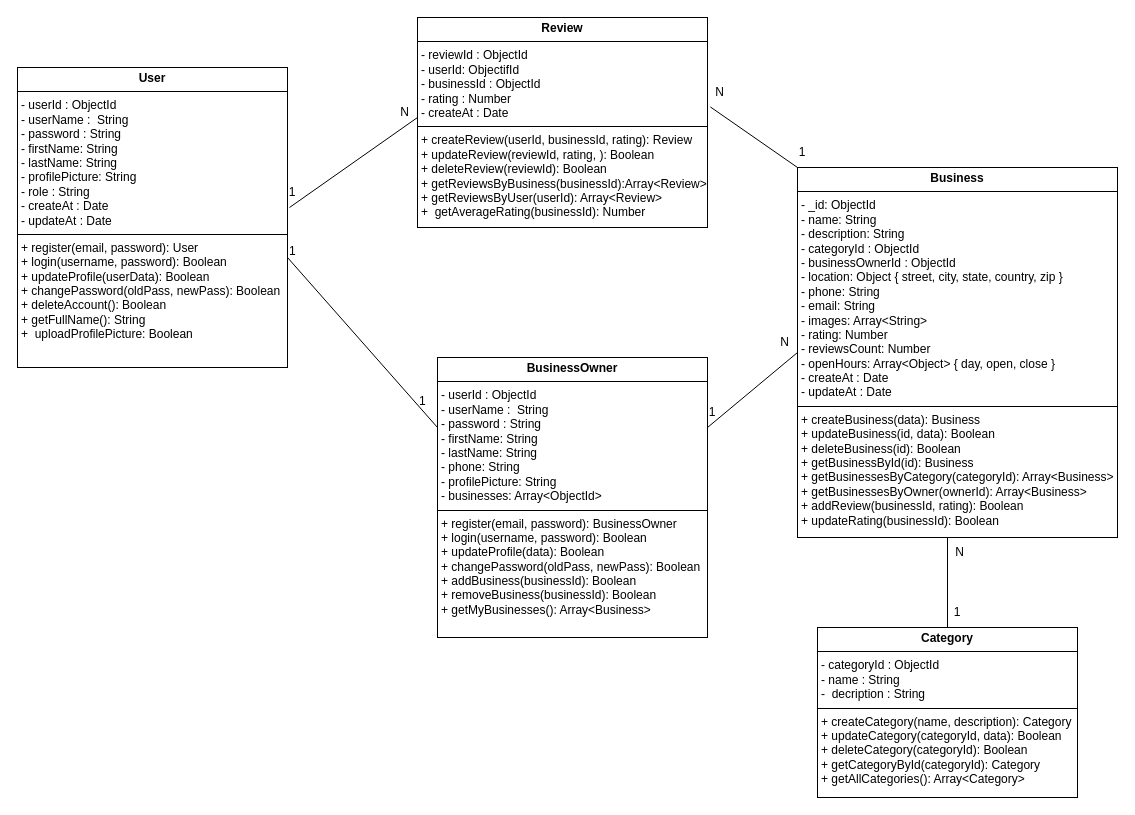
Rahma3-sys/Searchgi keeps this draw.io diagram as Diagramme sans nom.drawio. Above is the earlier version. Source tidied: cells renumbered, new cells numbered last; positions are measured from the earlier drawing's top-left corner, leaving out a move shared by most shapes. Both pictures are drawn from the tidied source at 100%, with x=0, y=0 at pixel (17, 17).
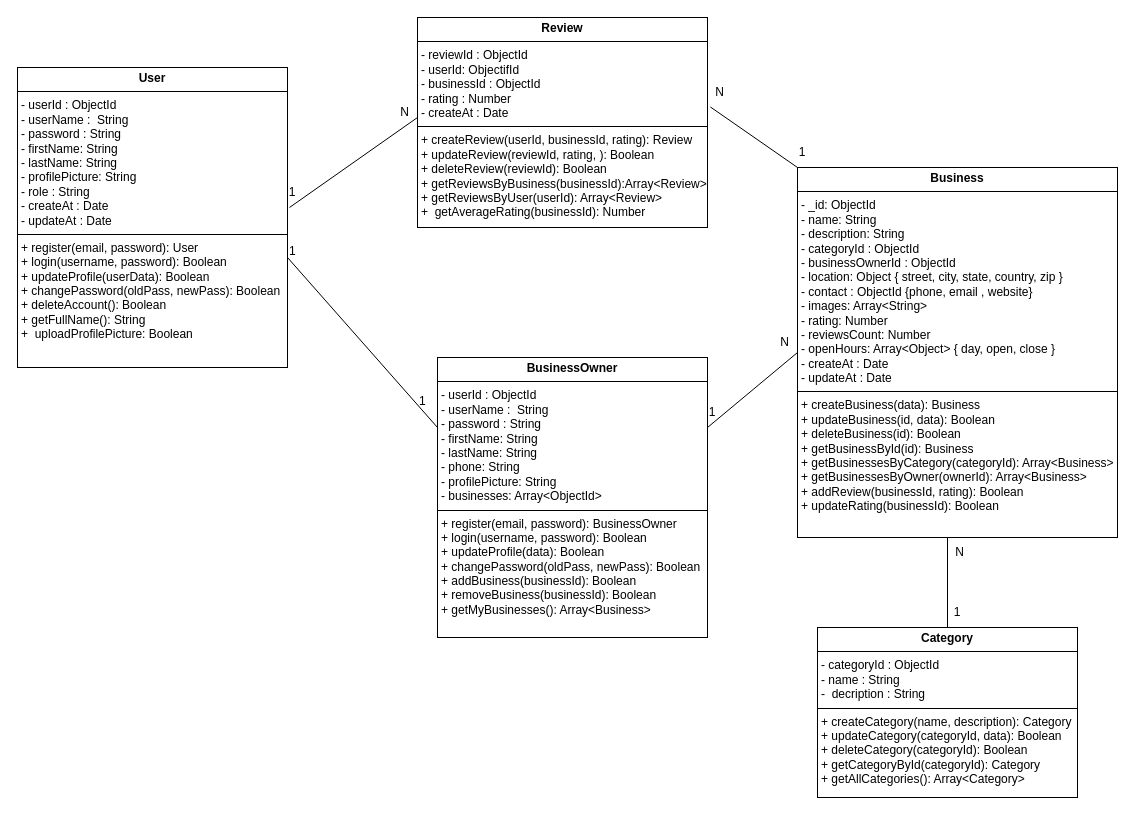
The same page after the edit.

Diff of the diagram source:
```diff
@@
-    <mxCell id="5" value="&lt;p style=&quot;margin:0px;margin-top:4px;text-align:center;&quot;&gt;&lt;b&gt;Business&lt;/b&gt;&lt;/p&gt;&lt;hr size=&quot;1&quot; style=&quot;border-style:solid;&quot;&gt;&lt;p style=&quot;margin:0px;margin-left:4px;&quot;&gt;-&amp;nbsp;&lt;span style=&quot;background-color: transparent; color: light-dark(rgb(0, 0, 0), rgb(255, 255, 255));&quot;&gt;_id: ObjectId&lt;/span&gt;&lt;/p&gt;&lt;p style=&quot;margin:0px;margin-left:4px;&quot;&gt;-&amp;nbsp;&lt;span style=&quot;background-color: transparent; color: light-dark(rgb(0, 0, 0), rgb(255, 255, 255));&quot;&gt;name: String&lt;/span&gt;&lt;/p&gt;&lt;p style=&quot;margin:0px;margin-left:4px;&quot;&gt;-&amp;nbsp;&lt;span style=&quot;background-color: transparent; color: light-dark(rgb(0, 0, 0), rgb(255, 255, 255));&quot;&gt;description: String&lt;/span&gt;&lt;/p&gt;&lt;p style=&quot;margin:0px;margin-left:4px;&quot;&gt;- categoryId : ObjectId&lt;/p&gt;&lt;p style=&quot;margin:0px;margin-left:4px;&quot;&gt;- businessOwnerId : ObjectId&lt;/p&gt;&lt;p style=&quot;margin:0px;margin-left:4px;&quot;&gt;-&amp;nbsp;&lt;span style=&quot;background-color: transparent; color: light-dark(rgb(0, 0, 0), rgb(255, 255, 255));&quot;&gt;location: Object { street, city, state, country, zip }&lt;/span&gt;&lt;/p&gt;&lt;p style=&quot;margin:0px;margin-left:4px;&quot;&gt;-&amp;nbsp;&lt;span style=&quot;background-color: transparent; color: light-dark(rgb(0, 0, 0), rgb(255, 255, 255));&quot;&gt;phone: String&lt;/span&gt;&lt;/p&gt;&lt;p style=&quot;margin:0px;margin-left:4px;&quot;&gt;-&amp;nbsp;&lt;span style=&quot;background-color: transparent; color: light-dark(rgb(0, 0, 0), rgb(255, 255, 255));&quot;&gt;email: String&lt;/span&gt;&lt;/p&gt;&lt;p style=&quot;margin:0px;margin-left:4px;&quot;&gt;-&amp;nbsp;&lt;span style=&quot;background-color: transparent; color: light-dark(rgb(0, 0, 0), rgb(255, 255, 255));&quot;&gt;images: Array&amp;lt;String&amp;gt;&lt;/span&gt;&lt;/p&gt;&lt;p style=&quot;margin:0px;margin-left:4px;&quot;&gt;&lt;span style=&quot;background-color: transparent; color: light-dark(rgb(0, 0, 0), rgb(255, 255, 255));&quot;&gt;-&amp;nbsp;&lt;/span&gt;&lt;span style=&quot;background-color: transparent; color: light-dark(rgb(0, 0, 0), rgb(255, 255, 255));&quot;&gt;rating: Number&lt;/span&gt;&lt;/p&gt;&lt;p style=&quot;margin:0px;margin-left:4px;&quot;&gt;&lt;span style=&quot;background-color: transparent; color: light-dark(rgb(0, 0, 0), rgb(255, 255, 255));&quot;&gt;-&amp;nbsp;&lt;/span&gt;&lt;span style=&quot;background-color: transparent; color: light-dark(rgb(0, 0, 0), rgb(255, 255, 255));&quot;&gt;reviewsCount: Number&lt;/span&gt;&lt;/p&gt;&lt;p style=&quot;margin:0px;margin-left:4px;&quot;&gt;&lt;span style=&quot;background-color: transparent; color: light-dark(rgb(0, 0, 0), rgb(255, 255, 255));&quot;&gt;-&amp;nbsp;&lt;/span&gt;&lt;span style=&quot;background-color: transparent; color: light-dark(rgb(0, 0, 0), rgb(255, 255, 255));&quot;&gt;openHours: Array&amp;lt;Object&amp;gt; { day, open, close }&lt;/span&gt;&lt;/p&gt;&lt;p style=&quot;margin:0px;margin-left:4px;&quot;&gt;&lt;span style=&quot;background-color: transparent; color: light-dark(rgb(0, 0, 0), rgb(255, 255, 255));&quot;&gt;- createAt : Date&lt;/span&gt;&lt;/p&gt;&lt;p style=&quot;margin:0px;margin-left:4px;&quot;&gt;- updateAt : Date&lt;/p&gt;&lt;hr size=&quot;1&quot; style=&quot;border-style:solid;&quot;&gt;&lt;p style=&quot;margin:0px;margin-left:4px;&quot;&gt;+ createBusiness(data): Business&amp;nbsp;&amp;nbsp;&lt;/p&gt;&lt;p style=&quot;margin:0px;margin-left:4px;&quot;&gt;+&lt;span style=&quot;background-color: transparent; color: light-dark(rgb(0, 0, 0), rgb(255, 255, 255));&quot;&gt;&amp;nbsp;updateBusiness(id, data): Boolean&amp;nbsp;&lt;/span&gt;&lt;/p&gt;&lt;p style=&quot;margin:0px;margin-left:4px;&quot;&gt;&lt;span style=&quot;background-color: transparent; color: light-dark(rgb(0, 0, 0), rgb(255, 255, 255));&quot;&gt;+ deleteBusiness(id): Boolean&amp;nbsp;&lt;/span&gt;&lt;/p&gt;&lt;p style=&quot;margin:0px;margin-left:4px;&quot;&gt;&lt;span style=&quot;background-color: transparent; color: light-dark(rgb(0, 0, 0), rgb(255, 255, 255));&quot;&gt;+ getBusinessById(id): Business&amp;nbsp;&lt;/span&gt;&lt;/p&gt;&lt;p style=&quot;margin:0px;margin-left:4px;&quot;&gt;&lt;span style=&quot;background-color: transparent; color: light-dark(rgb(0, 0, 0), rgb(255, 255, 255));&quot;&gt;+ getBusinessesByCategory(categoryId): Array&lt;/span&gt;&lt;span style=&quot;background-color: transparent;&quot;&gt;&amp;lt;Business&amp;gt;&amp;nbsp;&lt;/span&gt;&lt;/p&gt;&lt;p style=&quot;margin:0px;margin-left:4px;&quot;&gt;+ getBusinessesByOwner(ownerId): Array&amp;lt;Business&amp;gt;&amp;nbsp;&lt;/p&gt;&lt;p style=&quot;margin:0px;margin-left:4px;&quot;&gt;&lt;span style=&quot;background-color: transparent; color: light-dark(rgb(0, 0, 0), rgb(255, 255, 255));&quot;&gt;+ addReview(businessId, rating): Boolean&amp;nbsp;&lt;/span&gt;&lt;/p&gt;&lt;p style=&quot;margin:0px;margin-left:4px;&quot;&gt;&lt;span style=&quot;background-color: transparent; color: light-dark(rgb(0, 0, 0), rgb(255, 255, 255));&quot;&gt;+ updateRating(businessId): Boolean&lt;/span&gt;&lt;/p&gt;" style="verticalAlign=top;align=left;overflow=fill;html=1;whiteSpace=wrap;" parent="1" vertex="1">
+    <mxCell id="5" value="&lt;p style=&quot;margin:0px;margin-top:4px;text-align:center;&quot;&gt;&lt;b&gt;Business&lt;/b&gt;&lt;/p&gt;&lt;hr size=&quot;1&quot; style=&quot;border-style:solid;&quot;&gt;&lt;p style=&quot;margin:0px;margin-left:4px;&quot;&gt;-&amp;nbsp;&lt;span style=&quot;background-color: transparent; color: light-dark(rgb(0, 0, 0), rgb(255, 255, 255));&quot;&gt;_id: ObjectId&lt;/span&gt;&lt;/p&gt;&lt;p style=&quot;margin:0px;margin-left:4px;&quot;&gt;-&amp;nbsp;&lt;span style=&quot;background-color: transparent; color: light-dark(rgb(0, 0, 0), rgb(255, 255, 255));&quot;&gt;name: String&lt;/span&gt;&lt;/p&gt;&lt;p style=&quot;margin:0px;margin-left:4px;&quot;&gt;-&amp;nbsp;&lt;span style=&quot;background-color: transparent; color: light-dark(rgb(0, 0, 0), rgb(255, 255, 255));&quot;&gt;description: String&lt;/span&gt;&lt;/p&gt;&lt;p style=&quot;margin:0px;margin-left:4px;&quot;&gt;- categoryId : ObjectId&lt;/p&gt;&lt;p style=&quot;margin:0px;margin-left:4px;&quot;&gt;- businessOwnerId : ObjectId&lt;/p&gt;&lt;p style=&quot;margin:0px;margin-left:4px;&quot;&gt;-&amp;nbsp;&lt;span style=&quot;background-color: transparent; color: light-dark(rgb(0, 0, 0), rgb(255, 255, 255));&quot;&gt;location: Object { street, city, state, country, zip }&lt;/span&gt;&lt;/p&gt;&lt;p style=&quot;margin:0px;margin-left:4px;&quot;&gt;- contact : ObjectId {phone, email , website&lt;span style=&quot;background-color: transparent; color: light-dark(rgb(0, 0, 0), rgb(255, 255, 255));&quot;&gt;}&lt;/span&gt;&lt;/p&gt;&lt;p style=&quot;margin:0px;margin-left:4px;&quot;&gt;-&amp;nbsp;&lt;span style=&quot;background-color: transparent; color: light-dark(rgb(0, 0, 0), rgb(255, 255, 255));&quot;&gt;images: Array&amp;lt;String&amp;gt;&lt;/span&gt;&lt;/p&gt;&lt;p style=&quot;margin:0px;margin-left:4px;&quot;&gt;&lt;span style=&quot;background-color: transparent; color: light-dark(rgb(0, 0, 0), rgb(255, 255, 255));&quot;&gt;-&amp;nbsp;&lt;/span&gt;&lt;span style=&quot;background-color: transparent; color: light-dark(rgb(0, 0, 0), rgb(255, 255, 255));&quot;&gt;rating: Number&lt;/span&gt;&lt;/p&gt;&lt;p style=&quot;margin:0px;margin-left:4px;&quot;&gt;&lt;span style=&quot;background-color: transparent; color: light-dark(rgb(0, 0, 0), rgb(255, 255, 255));&quot;&gt;-&amp;nbsp;&lt;/span&gt;&lt;span style=&quot;background-color: transparent; color: light-dark(rgb(0, 0, 0), rgb(255, 255, 255));&quot;&gt;reviewsCount: Number&lt;/span&gt;&lt;/p&gt;&lt;p style=&quot;margin:0px;margin-left:4px;&quot;&gt;&lt;span style=&quot;background-color: transparent; color: light-dark(rgb(0, 0, 0), rgb(255, 255, 255));&quot;&gt;-&amp;nbsp;&lt;/span&gt;&lt;span style=&quot;background-color: transparent; color: light-dark(rgb(0, 0, 0), rgb(255, 255, 255));&quot;&gt;openHours: Array&amp;lt;Object&amp;gt; { day, open, close }&lt;/span&gt;&lt;/p&gt;&lt;p style=&quot;margin:0px;margin-left:4px;&quot;&gt;&lt;span style=&quot;background-color: transparent; color: light-dark(rgb(0, 0, 0), rgb(255, 255, 255));&quot;&gt;- createAt : Date&lt;/span&gt;&lt;/p&gt;&lt;p style=&quot;margin:0px;margin-left:4px;&quot;&gt;- updateAt : Date&lt;/p&gt;&lt;hr size=&quot;1&quot; style=&quot;border-style:solid;&quot;&gt;&lt;p style=&quot;margin:0px;margin-left:4px;&quot;&gt;+ createBusiness(data): Business&amp;nbsp;&amp;nbsp;&lt;/p&gt;&lt;p style=&quot;margin:0px;margin-left:4px;&quot;&gt;+&lt;span style=&quot;background-color: transparent; color: light-dark(rgb(0, 0, 0), rgb(255, 255, 255));&quot;&gt;&amp;nbsp;updateBusiness(id, data): Boolean&amp;nbsp;&lt;/span&gt;&lt;/p&gt;&lt;p style=&quot;margin:0px;margin-left:4px;&quot;&gt;&lt;span style=&quot;background-color: transparent; color: light-dark(rgb(0, 0, 0), rgb(255, 255, 255));&quot;&gt;+ deleteBusiness(id): Boolean&amp;nbsp;&lt;/span&gt;&lt;/p&gt;&lt;p style=&quot;margin:0px;margin-left:4px;&quot;&gt;&lt;span style=&quot;background-color: transparent; color: light-dark(rgb(0, 0, 0), rgb(255, 255, 255));&quot;&gt;+ getBusinessById(id): Business&amp;nbsp;&lt;/span&gt;&lt;/p&gt;&lt;p style=&quot;margin:0px;margin-left:4px;&quot;&gt;&lt;span style=&quot;background-color: transparent; color: light-dark(rgb(0, 0, 0), rgb(255, 255, 255));&quot;&gt;+ getBusinessesByCategory(categoryId): Array&lt;/span&gt;&lt;span style=&quot;background-color: transparent;&quot;&gt;&amp;lt;Business&amp;gt;&amp;nbsp;&lt;/span&gt;&lt;/p&gt;&lt;p style=&quot;margin:0px;margin-left:4px;&quot;&gt;+ getBusinessesByOwner(ownerId): Array&amp;lt;Business&amp;gt;&amp;nbsp;&lt;/p&gt;&lt;p style=&quot;margin:0px;margin-left:4px;&quot;&gt;&lt;span style=&quot;background-color: transparent; color: light-dark(rgb(0, 0, 0), rgb(255, 255, 255));&quot;&gt;+ addReview(businessId, rating): Boolean&amp;nbsp;&lt;/span&gt;&lt;/p&gt;&lt;p style=&quot;margin:0px;margin-left:4px;&quot;&gt;&lt;span style=&quot;background-color: transparent; color: light-dark(rgb(0, 0, 0), rgb(255, 255, 255));&quot;&gt;+ updateRating(businessId): Boolean&lt;/span&gt;&lt;/p&gt;" style="verticalAlign=top;align=left;overflow=fill;html=1;whiteSpace=wrap;" parent="1" vertex="1">
       <mxGeometry x="780" y="150" width="320" height="370" as="geometry" />
     </mxCell>
```
